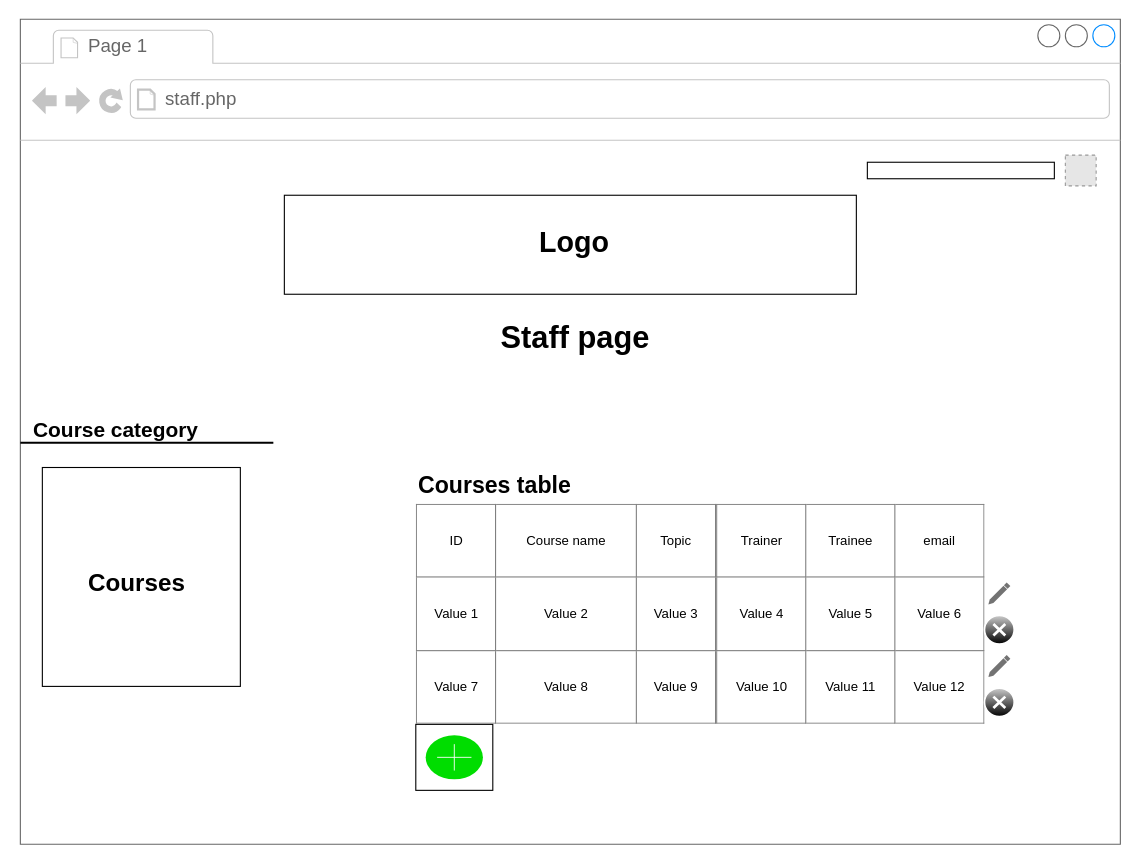
Above: staff.drawio in nghiadcgch17136/ApplicationDevelopmentAssignment1 (draw.io), before the change. Source tidied: cells renumbered, new cells numbered last; positions are measured from the earlier drawing's top-left corner, leaving out a move shared by most shapes. Both pictures are drawn from the tidied source at 110%, with x=0, y=0 at pixel (20, 19). Pictures stored in the file or linked from it are replaced by grey dashed boxes.
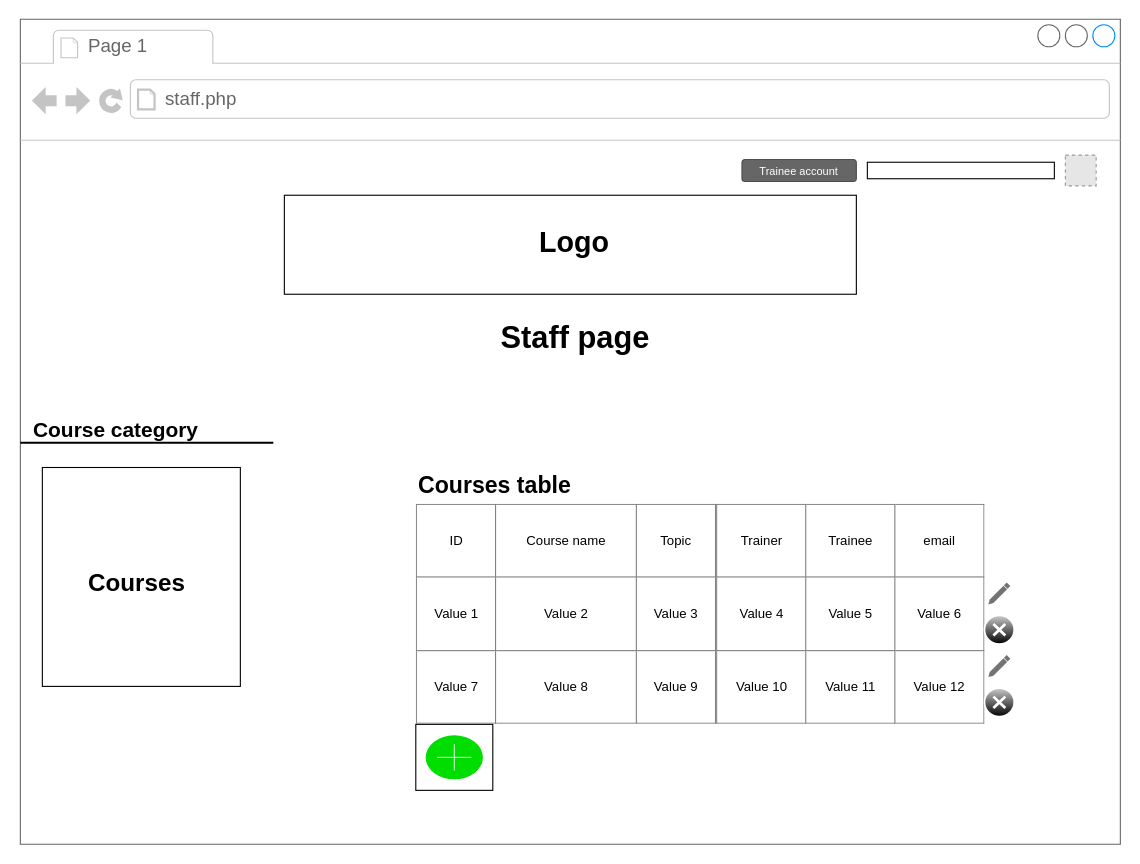
After the change.

The change refers to these unchanged cells:
```xml
<mxCell id="2" style="strokeWidth=1;shadow=0;dashed=0;align=center;html=1;shape=mxgraph.mockup.containers.browserWindow;rSize=0;fillColor=#ffffff;strokeColor=#666666;strokeColor2=#008cff;strokeColor3=#c4c4c4;mainText=,;" parent="1" vertex="1">
  <mxGeometry width="1000" height="750" as="geometry" />
</mxCell>
```

Diff of the diagram source:
```diff
@@
+    <mxCell id="23" value="Trainee account" style="rounded=1;html=1;shadow=0;dashed=0;whiteSpace=wrap;fontSize=10;fillColor=#666666;align=center;strokeColor=#4D4D4D;fontColor=#ffffff;" parent="2" vertex="1">
+      <mxGeometry x="656" y="127.5" width="104" height="20" as="geometry" />
+    </mxCell>
```
